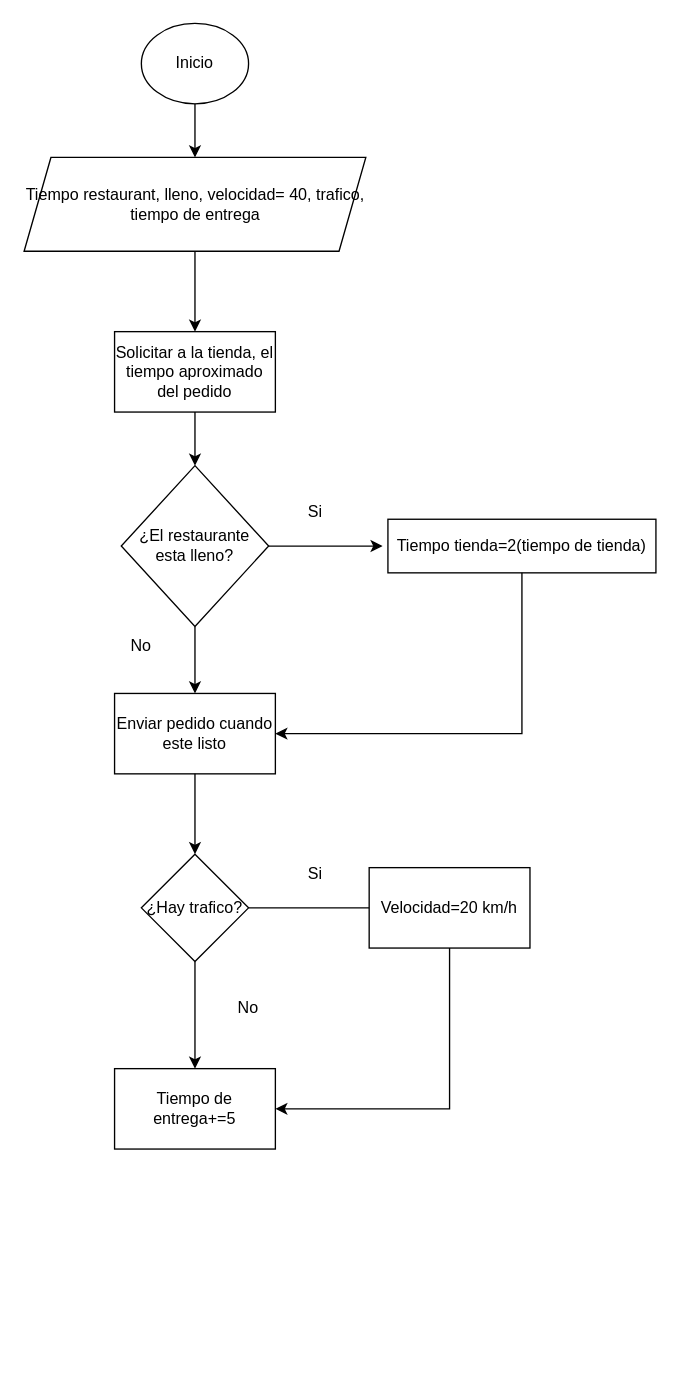
YisusBRK8/autos2209 keeps this draw.io diagram as src/Untitled Diagram.drawio. Above is the earlier version. Source tidied: cells renumbered, new cells numbered last; positions are measured from the earlier drawing's top-left corner, leaving out a move shared by most shapes. Both pictures are drawn from the tidied source at 134%, with x=0, y=0 at pixel (23, 23).
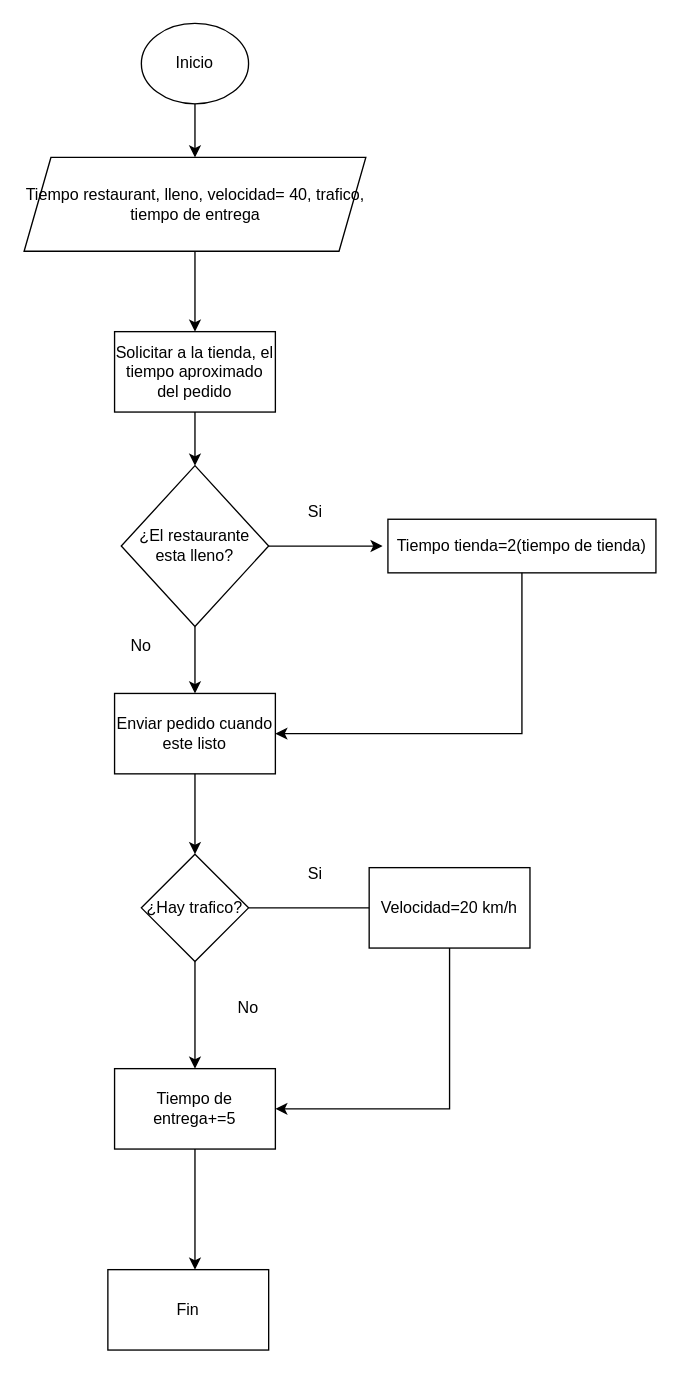
After the change.

The change refers to these unchanged cells:
```xml
<mxCell id="23" value="Tiempo de entrega+=5" style="rounded=0;whiteSpace=wrap;html=1;" parent="1" vertex="1">
  <mxGeometry x="68" y="780" width="120" height="60" as="geometry" />
</mxCell>
```

The edit, as a diff of the source:
```diff
@@
+    <mxCell id="25" style="endArrow=classic;html=1;rounded=0;" parent="1" edge="1" source="23">
+      <mxGeometry relative="1" as="geometry">
+        <mxPoint x="128" y="930" as="targetPoint" />
+        <Array as="points">
+          <mxPoint x="128" y="900" />
+        </Array>
+      </mxGeometry>
+    </mxCell>
+    <mxCell id="26" value="Fin" style="rounded=0;whiteSpace=wrap;html=1;" parent="1" vertex="1">
+      <mxGeometry x="63" y="930" width="120" height="60" as="geometry" />
+    </mxCell>
```
